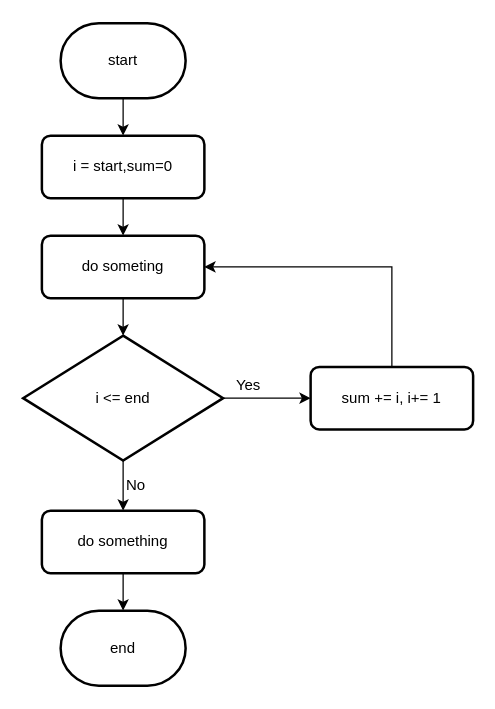
This is 未命名绘图.drawio from jonnyhtmso/hnzhong, a draw.io file, before an edit. Source tidied: cells renumbered, new cells numbered last; positions are measured from the earlier drawing's top-left corner, leaving out a move shared by most shapes. Both pictures are drawn from the tidied source at 125%, with x=0, y=0 at pixel (22, 22).
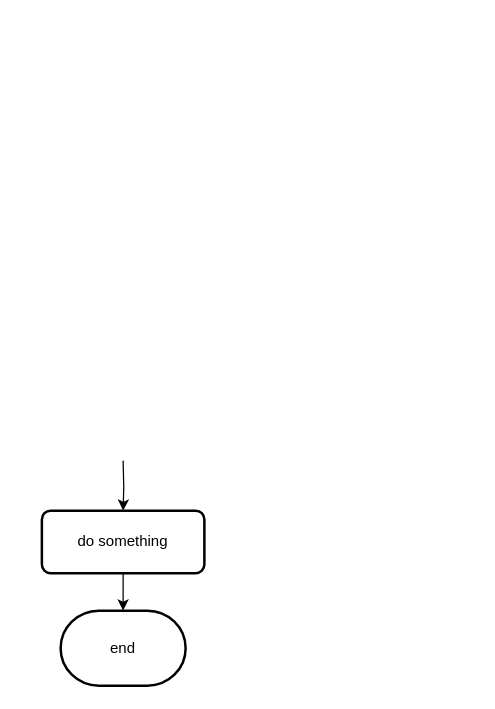
The same diagram, later.

Commit message (it also covers changes not shown here):
更新未命名绘图.drawio

What changed in the source:
```diff
@@
 <mxGraphModel>
   <root>
     <mxCell id="0" />
     <mxCell id="1" parent="0" />
-    <mxCell id="2" style="edgeStyle=orthogonalEdgeStyle;rounded=0;jettySize=auto;html=1;exitX=0.5;exitY=1;exitDx=0;exitDy=0;exitPerimeter=0;entryX=0.5;entryY=0;entryDx=0;entryDy=0;" parent="1" edge="1" source="3" target="17">
-      <mxGeometry relative="1" as="geometry" />
-    </mxCell>
-    <mxCell id="3" value="start" style="strokeWidth=2;html=1;shape=mxgraph.flowchart.terminator;whiteSpace=wrap;" parent="1" vertex="1">
-      <mxGeometry x="30" width="100" height="60" as="geometry" />
-    </mxCell>
     <mxCell id="4" value="end" style="strokeWidth=2;html=1;shape=mxgraph.flowchart.terminator;whiteSpace=wrap;" parent="1" vertex="1">
       <mxGeometry x="30" y="470" width="100" height="60" as="geometry" />
     </mxCell>
-    <mxCell id="5" style="edgeStyle=orthogonalEdgeStyle;rounded=0;jettySize=auto;html=1;entryX=0.5;entryY=0;entryDx=0;entryDy=0;entryPerimeter=0;" parent="1" edge="1" source="6" target="11">
-      <mxGeometry relative="1" as="geometry" />
-    </mxCell>
-    <mxCell id="6" value="do someting" style="rounded=1;whiteSpace=wrap;html=1;absoluteArcSize=1;arcSize=14;strokeWidth=2;" parent="1" vertex="1">
-      <mxGeometry x="15" y="170" width="130" height="50" as="geometry" />
-    </mxCell>
     <mxCell id="7" style="edgeStyle=orthogonalEdgeStyle;rounded=0;jettySize=auto;html=1;" parent="1" edge="1" source="8" target="4">
       <mxGeometry relative="1" as="geometry" />
     </mxCell>
     <mxCell id="8" value="do something" style="rounded=1;whiteSpace=wrap;html=1;absoluteArcSize=1;arcSize=14;strokeWidth=2;" parent="1" vertex="1">
       <mxGeometry x="15" y="390" width="130" height="50" as="geometry" />
     </mxCell>
-    <mxCell id="9" style="edgeStyle=orthogonalEdgeStyle;rounded=0;jettySize=auto;html=1;" parent="1" edge="1" source="11" target="8">
-      <mxGeometry relative="1" as="geometry" />
+    <mxCell id="9" style="edgeStyle=orthogonalEdgeStyle;rounded=0;jettySize=auto;html=1;" parent="1" edge="1" target="8">
+      <mxGeometry relative="1" as="geometry">
+        <mxPoint x="80" y="350" as="sourcePoint" />
+      </mxGeometry>
     </mxCell>
-    <mxCell id="10" style="edgeStyle=orthogonalEdgeStyle;rounded=0;jettySize=auto;html=1;exitX=1;exitY=0.5;exitDx=0;exitDy=0;exitPerimeter=0;entryX=0;entryY=0.5;entryDx=0;entryDy=0;" parent="1" edge="1" source="11" target="13">
-      <mxGeometry relative="1" as="geometry" />
-    </mxCell>
-    <mxCell id="11" value="i &amp;lt;= end" style="strokeWidth=2;html=1;shape=mxgraph.flowchart.decision;whiteSpace=wrap;" parent="1" vertex="1">
-      <mxGeometry y="250" width="160" height="100" as="geometry" />
-    </mxCell>
-    <mxCell id="12" style="edgeStyle=orthogonalEdgeStyle;rounded=0;jettySize=auto;html=1;exitX=0.5;exitY=0;exitDx=0;exitDy=0;entryX=1;entryY=0.5;entryDx=0;entryDy=0;" parent="1" edge="1" source="13" target="6">
-      <mxGeometry relative="1" as="geometry" />
-    </mxCell>
-    <mxCell id="13" value="sum += i, i+= 1" style="rounded=1;whiteSpace=wrap;html=1;absoluteArcSize=1;arcSize=14;strokeWidth=2;" parent="1" vertex="1">
-      <mxGeometry x="230" y="275" width="130" height="50" as="geometry" />
-    </mxCell>
-    <mxCell id="14" value="No" style="text;html=1;align=center;verticalAlign=middle;" parent="1" vertex="1">
-      <mxGeometry x="75" y="360" width="30" height="20" as="geometry" />
-    </mxCell>
-    <mxCell id="15" value="Yes" style="text;html=1;align=center;verticalAlign=middle;" parent="1" vertex="1">
-      <mxGeometry x="160" y="280" width="40" height="20" as="geometry" />
-    </mxCell>
-    <mxCell id="16" style="edgeStyle=orthogonalEdgeStyle;rounded=0;jettySize=auto;html=1;exitX=0.5;exitY=1;exitDx=0;exitDy=0;entryX=0.5;entryY=0;entryDx=0;entryDy=0;" parent="1" edge="1" source="17" target="6">
-      <mxGeometry relative="1" as="geometry" />
-    </mxCell>
-    <mxCell id="17" value="i = start,sum=0" style="rounded=1;whiteSpace=wrap;html=1;absoluteArcSize=1;arcSize=14;strokeWidth=2;" parent="1" vertex="1">
-      <mxGeometry x="15" y="90" width="130" height="50" as="geometry" />
-    </mxCell>
   </root>
 </mxGraphModel>
```
